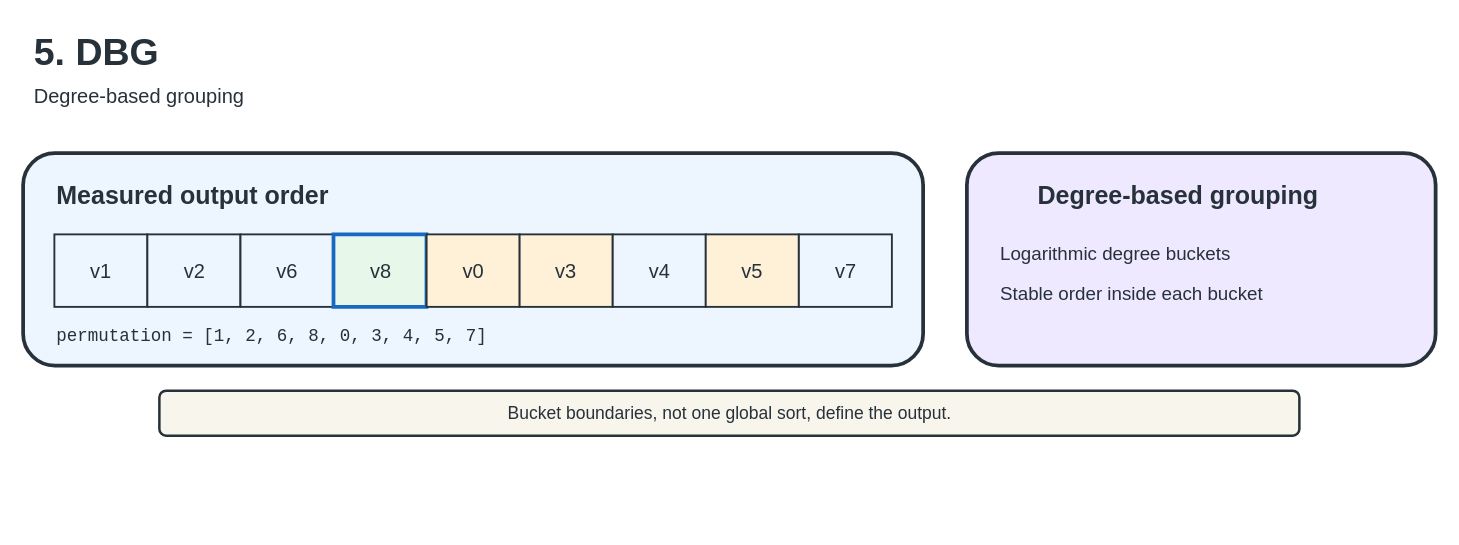
UVA-LavaLab/GraphBrew keeps this draw.io diagram as docs/figures/editable/05-dbg.drawio. Above is the earlier version. Source tidied: cells renumbered, new cells numbered last; positions are measured from the earlier drawing's top-left corner, leaving out a move shared by most shapes. Both pictures are drawn from the tidied source at 125%, with x=0, y=0 at pixel (22, 21).
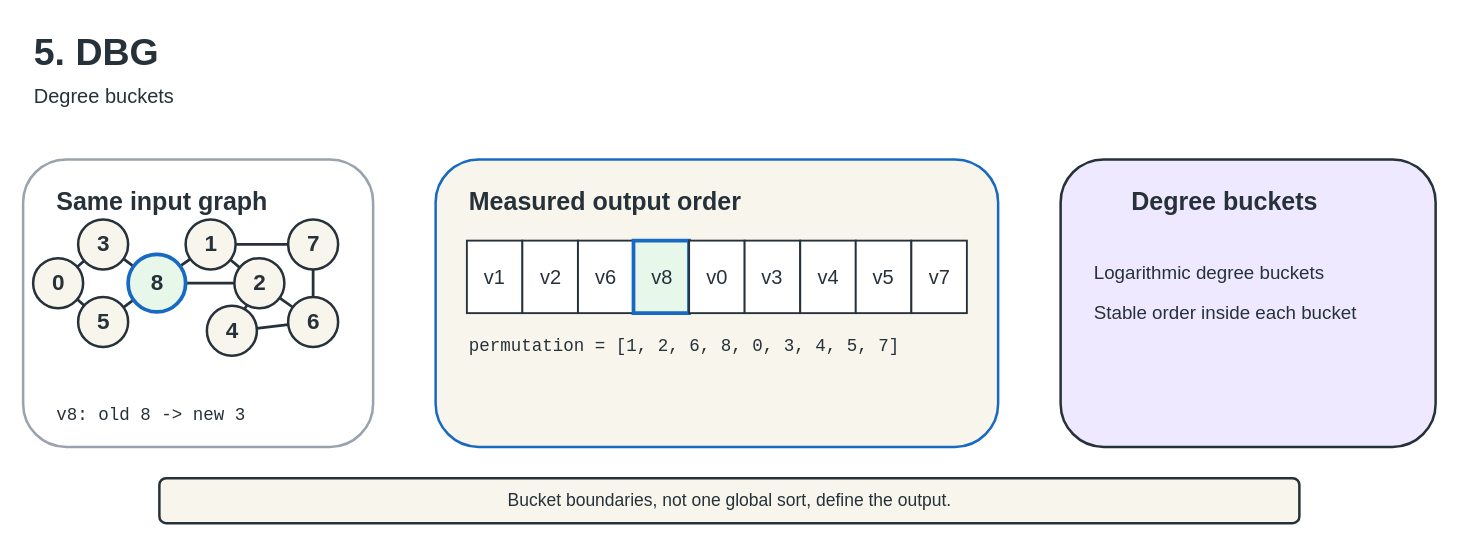
After the change.

Change to the diagram source:
```diff
@@
-    <mxCell id="3" value="Degree-based grouping" style="text;html=1;strokeColor=none;fillColor=none;fontSize=16;fontColor=#27313A;" parent="1" vertex="1">
+    <mxCell id="3" value="Degree buckets" style="text;html=1;strokeColor=none;fillColor=none;fontSize=16;fontColor=#27313A;" parent="1" vertex="1">
       <mxGeometry x="7" y="43" width="1050" height="28" as="geometry" />
     </mxCell>
+    <mxCell id="21" style="rounded=1;html=1;fillColor=#FFFFFF;strokeColor=#9AA3AD;strokeWidth=2;" parent="1" vertex="1">
+      <mxGeometry y="110" width="280" height="230" as="geometry" />
+    </mxCell>
-    <mxCell id="4" style="rounded=1;html=1;fillColor=#EDF5FF;strokeColor=#27313A;strokeWidth=3;" parent="1" vertex="1">
-      <mxGeometry y="105" width="720" height="170" as="geometry" />
+    <mxCell id="4" style="rounded=1;html=1;fillColor=#F8F6EC;strokeColor=#1769C2;strokeWidth=2;" parent="1" vertex="1">
+      <mxGeometry x="330" y="110" width="450" height="230" as="geometry" />
     </mxCell>
-    <mxCell id="5" style="rounded=1;html=1;fillColor=#EEE9FF;strokeColor=#27313A;strokeWidth=3;" parent="1" vertex="1">
-      <mxGeometry x="755" y="105" width="375" height="170" as="geometry" />
+    <mxCell id="5" style="rounded=1;html=1;fillColor=#EEE9FF;strokeColor=#27313A;strokeWidth=2;" parent="1" vertex="1">
+      <mxGeometry x="830" y="110" width="300" height="230" as="geometry" />
     </mxCell>
+    <mxCell id="22" value="Same input graph" style="text;html=1;strokeColor=none;fillColor=none;fontSize=20;fontStyle=1;fontColor=#27313A;" parent="1" vertex="1">
+      <mxGeometry x="25" y="125" width="220" height="35" as="geometry" />
+    </mxCell>
     <mxCell id="6" value="Measured output order" style="text;html=1;strokeColor=none;fillColor=none;fontSize=20;fontStyle=1;fontColor=#27313A;" parent="1" vertex="1">
-      <mxGeometry x="25" y="120" width="300" height="35" as="geometry" />
+      <mxGeometry x="355" y="125" width="300" height="35" as="geometry" />
     </mxCell>
-    <mxCell id="7" value="Degree-based grouping" style="text;html=1;strokeColor=none;fillColor=none;fontSize=20;fontStyle=1;fontColor=#27313A;" parent="1" vertex="1">
-      <mxGeometry x="810" y="120" width="300" height="35" as="geometry" />
+    <mxCell id="7" value="Degree buckets" style="text;html=1;strokeColor=none;fillColor=none;fontSize=20;fontStyle=1;fontColor=#27313A;" parent="1" vertex="1">
+      <mxGeometry x="885" y="125" width="220" height="35" as="geometry" />
     </mxCell>
     <mxCell id="8" value="Bucket boundaries, not one global sort, define the output." style="rounded=1;html=1;fillColor=#F8F6EC;strokeColor=#27313A;strokeWidth=2;fontSize=14;fontColor=#27313A;align=center;" parent="1" vertex="1">
-      <mxGeometry x="109" y="295" width="912" height="36" as="geometry" />
+      <mxGeometry x="109" y="365" width="912" height="36" as="geometry" />
     </mxCell>
+    <mxCell id="23" style="endArrow=none;html=1;rounded=0;strokeColor=#27313A;strokeWidth=2.2;" parent="1" edge="1" source="35" target="38">
+      <mxGeometry relative="1" as="geometry" />
+    </mxCell>
+    <mxCell id="24" style="endArrow=none;html=1;rounded=0;strokeColor=#27313A;strokeWidth=2.2;" parent="1" edge="1" source="35" target="40">
+      <mxGeometry relative="1" as="geometry" />
+    </mxCell>
+    <mxCell id="25" style="endArrow=none;html=1;rounded=0;strokeColor=#27313A;strokeWidth=2.2;" parent="1" edge="1" source="38" target="43">
+      <mxGeometry relative="1" as="geometry" />
+    </mxCell>
+    <mxCell id="26" style="endArrow=none;html=1;rounded=0;strokeColor=#27313A;strokeWidth=2.2;" parent="1" edge="1" source="40" target="43">
+      <mxGeometry relative="1" as="geometry" />
+    </mxCell>
+    <mxCell id="27" style="endArrow=none;html=1;rounded=0;strokeColor=#27313A;strokeWidth=2.2;" parent="1" edge="1" source="43" target="36">
+      <mxGeometry relative="1" as="geometry" />
+    </mxCell>
+    <mxCell id="28" style="endArrow=none;html=1;rounded=0;strokeColor=#27313A;strokeWidth=2.2;" parent="1" edge="1" source="43" target="37">
+      <mxGeometry relative="1" as="geometry" />
+    </mxCell>
+    <mxCell id="29" style="endArrow=none;html=1;rounded=0;strokeColor=#27313A;strokeWidth=2.2;" parent="1" edge="1" source="36" target="37">
+      <mxGeometry relative="1" as="geometry" />
+    </mxCell>
+    <mxCell id="30" style="endArrow=none;html=1;rounded=0;strokeColor=#27313A;strokeWidth=2.2;" parent="1" edge="1" source="36" target="42">
+      <mxGeometry relative="1" as="geometry" />
+    </mxCell>
+    <mxCell id="31" style="endArrow=none;html=1;rounded=0;strokeColor=#27313A;strokeWidth=2.2;" parent="1" edge="1" source="37" target="39">
+      <mxGeometry relative="1" as="geometry" />
+    </mxCell>
+    <mxCell id="32" style="endArrow=none;html=1;rounded=0;strokeColor=#27313A;strokeWidth=2.2;" parent="1" edge="1" source="37" target="41">
+      <mxGeometry relative="1" as="geometry" />
+    </mxCell>
+    <mxCell id="33" style="endArrow=none;html=1;rounded=0;strokeColor=#27313A;strokeWidth=2.2;" parent="1" edge="1" source="39" target="41">
+      <mxGeometry relative="1" as="geometry" />
+    </mxCell>
+    <mxCell id="34" style="endArrow=none;html=1;rounded=0;strokeColor=#27313A;strokeWidth=2.2;" parent="1" edge="1" source="41" target="42">
+      <mxGeometry relative="1" as="geometry" />
+    </mxCell>
+    <mxCell id="35" value="0" style="ellipse;html=1;align=center;fillColor=#F8F6EC;strokeColor=#27313A;strokeWidth=2;fontSize=18;fontStyle=1;fontColor=#27313A;" parent="1" vertex="1">
+      <mxGeometry x="8" y="189" width="40" height="40" as="geometry" />
+    </mxCell>
+    <mxCell id="36" value="1" style="ellipse;html=1;align=center;fillColor=#F8F6EC;strokeColor=#27313A;strokeWidth=2;fontSize=18;fontStyle=1;fontColor=#27313A;" parent="1" vertex="1">
+      <mxGeometry x="130" y="158" width="40" height="40" as="geometry" />
+    </mxCell>
+    <mxCell id="37" value="2" style="ellipse;html=1;align=center;fillColor=#F8F6EC;strokeColor=#27313A;strokeWidth=2;fontSize=18;fontStyle=1;fontColor=#27313A;" parent="1" vertex="1">
+      <mxGeometry x="169" y="189" width="40" height="40" as="geometry" />
+    </mxCell>
+    <mxCell id="38" value="3" style="ellipse;html=1;align=center;fillColor=#F8F6EC;strokeColor=#27313A;strokeWidth=2;fontSize=18;fontStyle=1;fontColor=#27313A;" parent="1" vertex="1">
+      <mxGeometry x="44" y="158" width="40" height="40" as="geometry" />
+    </mxCell>
+    <mxCell id="39" value="4" style="ellipse;html=1;align=center;fillColor=#F8F6EC;strokeColor=#27313A;strokeWidth=2;fontSize=18;fontStyle=1;fontColor=#27313A;" parent="1" vertex="1">
+      <mxGeometry x="147" y="227" width="40" height="40" as="geometry" />
+    </mxCell>
+    <mxCell id="40" value="5" style="ellipse;html=1;align=center;fillColor=#F8F6EC;strokeColor=#27313A;strokeWidth=2;fontSize=18;fontStyle=1;fontColor=#27313A;" parent="1" vertex="1">
+      <mxGeometry x="44" y="220" width="40" height="40" as="geometry" />
+    </mxCell>
+    <mxCell id="41" value="6" style="ellipse;html=1;align=center;fillColor=#F8F6EC;strokeColor=#27313A;strokeWidth=2;fontSize=18;fontStyle=1;fontColor=#27313A;" parent="1" vertex="1">
+      <mxGeometry x="212" y="220" width="40" height="40" as="geometry" />
+    </mxCell>
+    <mxCell id="42" value="7" style="ellipse;html=1;align=center;fillColor=#F8F6EC;strokeColor=#27313A;strokeWidth=2;fontSize=18;fontStyle=1;fontColor=#27313A;" parent="1" vertex="1">
+      <mxGeometry x="212" y="158" width="40" height="40" as="geometry" />
+    </mxCell>
+    <mxCell id="43" value="8" style="ellipse;html=1;align=center;fillColor=#E7F7EA;strokeColor=#1769C2;strokeWidth=3;fontSize=18;fontStyle=1;fontColor=#27313A;" parent="1" vertex="1">
+      <mxGeometry x="84" y="186" width="46" height="46" as="geometry" />
+    </mxCell>
+    <mxCell id="44" value="v8: old 8 -&gt; new 3" style="text;html=1;strokeColor=none;fillColor=none;fontSize=14;fontFamily=Consolas;fontColor=#27313A;" parent="1" vertex="1">
+      <mxGeometry x="25" y="300" width="230" height="28" as="geometry" />
+    </mxCell>
-    <mxCell id="9" value="v1" style="rounded=0;html=1;align=center;verticalAlign=middle;fillColor=#EDF5FF;strokeColor=#27313A;strokeWidth=1.5;fontSize=16;fontColor=#27313A;" parent="1" vertex="1">
-      <mxGeometry x="25" y="170" width="74.4" height="58" as="geometry" />
+    <mxCell id="9" value="v1" style="rounded=0;html=1;align=center;verticalAlign=middle;fillColor=#FFFFFF;strokeColor=#27313A;strokeWidth=1.5;fontSize=16;fontColor=#27313A;" parent="1" vertex="1">
+      <mxGeometry x="355" y="175" width="44.4" height="58" as="geometry" />
     </mxCell>
-    <mxCell id="10" value="v2" style="rounded=0;html=1;align=center;verticalAlign=middle;fillColor=#EDF5FF;strokeColor=#27313A;strokeWidth=1.5;fontSize=16;fontColor=#27313A;" parent="1" vertex="1">
-      <mxGeometry x="99.4" y="170" width="74.4" height="58" as="geometry" />
+    <mxCell id="10" value="v2" style="rounded=0;html=1;align=center;verticalAlign=middle;fillColor=#FFFFFF;strokeColor=#27313A;strokeWidth=1.5;fontSize=16;fontColor=#27313A;" parent="1" vertex="1">
+      <mxGeometry x="399.4" y="175" width="44.4" height="58" as="geometry" />
     </mxCell>
-    <mxCell id="11" value="v6" style="rounded=0;html=1;align=center;verticalAlign=middle;fillColor=#EDF5FF;strokeColor=#27313A;strokeWidth=1.5;fontSize=16;fontColor=#27313A;" parent="1" vertex="1">
-      <mxGeometry x="173.9" y="170" width="74.4" height="58" as="geometry" />
+    <mxCell id="11" value="v6" style="rounded=0;html=1;align=center;verticalAlign=middle;fillColor=#FFFFFF;strokeColor=#27313A;strokeWidth=1.5;fontSize=16;fontColor=#27313A;" parent="1" vertex="1">
+      <mxGeometry x="443.9" y="175" width="44.4" height="58" as="geometry" />
     </mxCell>
     <mxCell id="12" value="v8" style="rounded=0;html=1;align=center;verticalAlign=middle;fillColor=#E7F7EA;strokeColor=#1769C2;strokeWidth=3;fontSize=16;fontColor=#27313A;" parent="1" vertex="1">
-      <mxGeometry x="248.3" y="170" width="74.4" height="58" as="geometry" />
+      <mxGeometry x="488.3" y="175" width="44.4" height="58" as="geometry" />
     </mxCell>
-    <mxCell id="13" value="v0" style="rounded=0;html=1;align=center;verticalAlign=middle;fillColor=#FFF0D8;strokeColor=#27313A;strokeWidth=1.5;fontSize=16;fontColor=#27313A;" parent="1" vertex="1">
-      <mxGeometry x="322.8" y="170" width="74.4" height="58" as="geometry" />
+    <mxCell id="13" value="v0" style="rounded=0;html=1;align=center;verticalAlign=middle;fillColor=#FFFFFF;strokeColor=#27313A;strokeWidth=1.5;fontSize=16;fontColor=#27313A;" parent="1" vertex="1">
+      <mxGeometry x="532.8" y="175" width="44.4" height="58" as="geometry" />
     </mxCell>
-    <mxCell id="14" value="v3" style="rounded=0;html=1;align=center;verticalAlign=middle;fillColor=#FFF0D8;strokeColor=#27313A;strokeWidth=1.5;fontSize=16;fontColor=#27313A;" parent="1" vertex="1">
-      <mxGeometry x="397.2" y="170" width="74.4" height="58" as="geometry" />
+    <mxCell id="14" value="v3" style="rounded=0;html=1;align=center;verticalAlign=middle;fillColor=#FFFFFF;strokeColor=#27313A;strokeWidth=1.5;fontSize=16;fontColor=#27313A;" parent="1" vertex="1">
+      <mxGeometry x="577.2" y="175" width="44.4" height="58" as="geometry" />
     </mxCell>
-    <mxCell id="15" value="v4" style="rounded=0;html=1;align=center;verticalAlign=middle;fillColor=#EDF5FF;strokeColor=#27313A;strokeWidth=1.5;fontSize=16;fontColor=#27313A;" parent="1" vertex="1">
-      <mxGeometry x="471.7" y="170" width="74.4" height="58" as="geometry" />
+    <mxCell id="15" value="v4" style="rounded=0;html=1;align=center;verticalAlign=middle;fillColor=#FFFFFF;strokeColor=#27313A;strokeWidth=1.5;fontSize=16;fontColor=#27313A;" parent="1" vertex="1">
+      <mxGeometry x="621.7" y="175" width="44.4" height="58" as="geometry" />
     </mxCell>
-    <mxCell id="16" value="v5" style="rounded=0;html=1;align=center;verticalAlign=middle;fillColor=#FFF0D8;strokeColor=#27313A;strokeWidth=1.5;fontSize=16;fontColor=#27313A;" parent="1" vertex="1">
-      <mxGeometry x="546.1" y="170" width="74.4" height="58" as="geometry" />
+    <mxCell id="16" value="v5" style="rounded=0;html=1;align=center;verticalAlign=middle;fillColor=#FFFFFF;strokeColor=#27313A;strokeWidth=1.5;fontSize=16;fontColor=#27313A;" parent="1" vertex="1">
+      <mxGeometry x="666.1" y="175" width="44.4" height="58" as="geometry" />
     </mxCell>
-    <mxCell id="17" value="v7" style="rounded=0;html=1;align=center;verticalAlign=middle;fillColor=#EDF5FF;strokeColor=#27313A;strokeWidth=1.5;fontSize=16;fontColor=#27313A;" parent="1" vertex="1">
-      <mxGeometry x="620.6" y="170" width="74.4" height="58" as="geometry" />
+    <mxCell id="17" value="v7" style="rounded=0;html=1;align=center;verticalAlign=middle;fillColor=#FFFFFF;strokeColor=#27313A;strokeWidth=1.5;fontSize=16;fontColor=#27313A;" parent="1" vertex="1">
+      <mxGeometry x="710.6" y="175" width="44.4" height="58" as="geometry" />
     </mxCell>
     <mxCell id="18" value="permutation = [1, 2, 6, 8, 0, 3, 4, 5, 7]" style="text;html=1;strokeColor=none;fillColor=none;fontSize=14;fontFamily=Consolas;fontColor=#27313A;" parent="1" vertex="1">
-      <mxGeometry x="25" y="237" width="670" height="28" as="geometry" />
+      <mxGeometry x="355" y="245" width="400" height="28" as="geometry" />
     </mxCell>
     <mxCell id="19" value="Logarithmic degree buckets" style="text;html=1;strokeColor=none;fillColor=none;fontSize=15;fontColor=#27313A;" parent="1" vertex="1">
-      <mxGeometry x="780" y="170" width="325" height="28" as="geometry" />
+      <mxGeometry x="855" y="185" width="250" height="28" as="geometry" />
     </mxCell>
     <mxCell id="20" value="Stable order inside each bucket" style="text;html=1;strokeColor=none;fillColor=none;fontSize=15;fontColor=#27313A;" parent="1" vertex="1">
-      <mxGeometry x="780" y="202" width="325" height="28" as="geometry" />
+      <mxGeometry x="855" y="217" width="250" height="28" as="geometry" />
     </mxCell>
```
